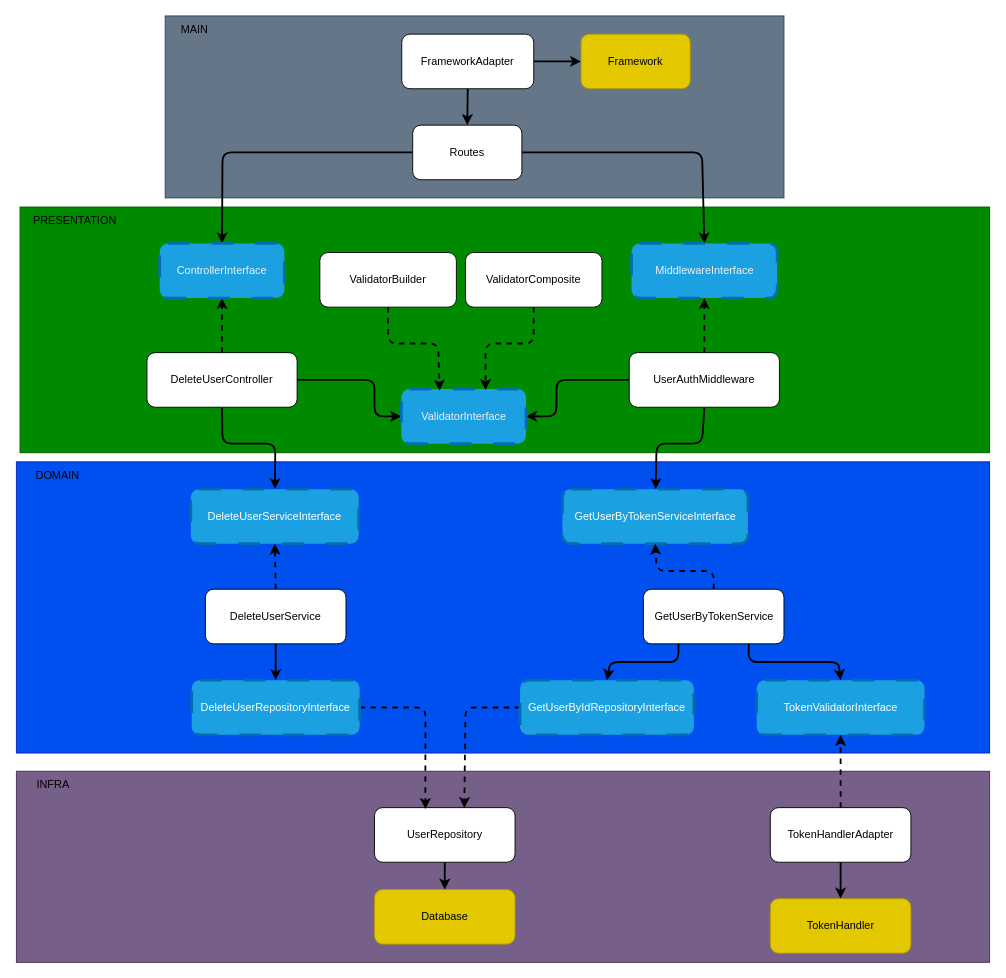
The draw.io diagram diagrams/delete-user.drawio in DouglasVolcato/node-tdd-clean-architecture, before the edit. Source tidied: cells renumbered, new cells numbered last; positions are measured from the earlier drawing's top-left corner, leaving out a move shared by most shapes. Both pictures are drawn from the tidied source at 91%, with x=0, y=0 at pixel (15, 15).
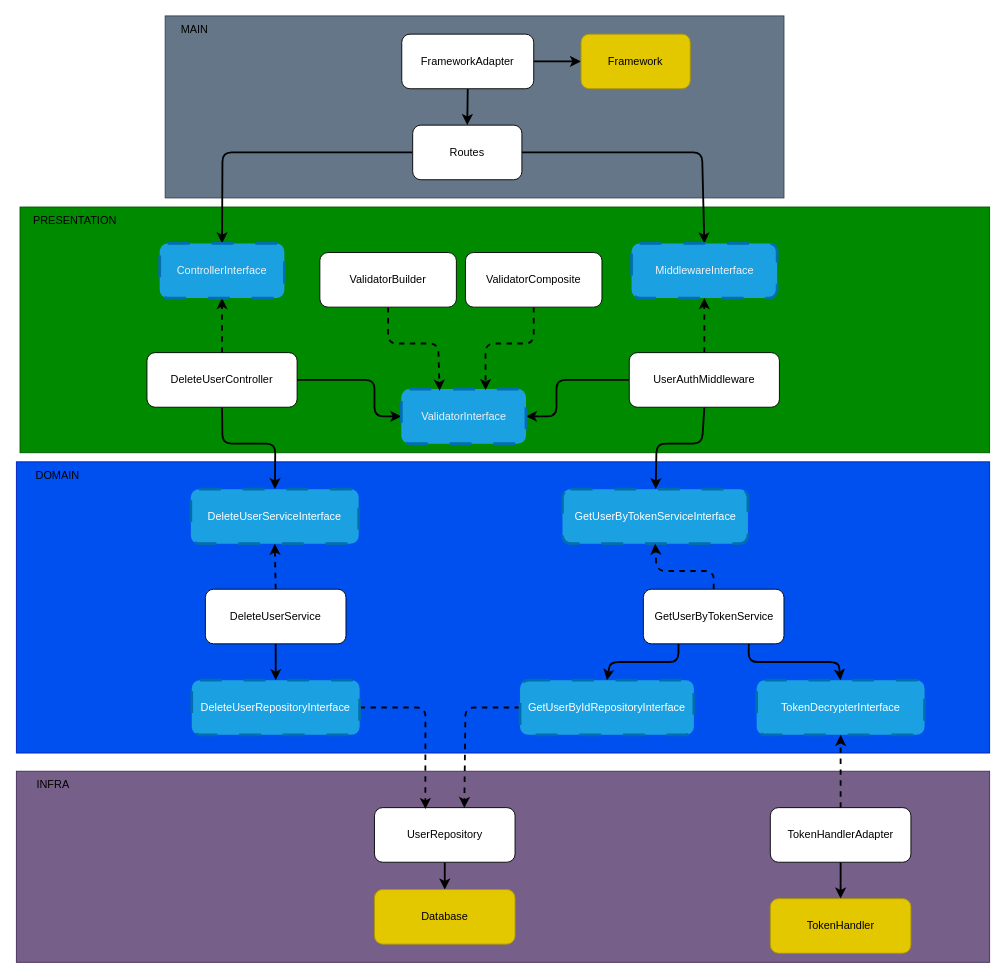
The same diagram, later.

Diff of the diagram source:
```diff
@@
-    <mxCell id="42" value="TokenValidatorInterface" style="rounded=1;whiteSpace=wrap;html=1;dashed=1;dashPattern=8 8;strokeWidth=3;fillColor=#1ba1e2;fontColor=#ffffff;strokeColor=#006EAF;" parent="1" vertex="1">
+    <mxCell id="42" value="TokenDecrypterInterface" style="rounded=1;whiteSpace=wrap;html=1;dashed=1;dashPattern=8 8;strokeWidth=3;fillColor=#1ba1e2;fontColor=#ffffff;strokeColor=#006EAF;" parent="1" vertex="1">
       <mxGeometry x="814" y="730" width="184.5" height="60" as="geometry" />
     </mxCell>
```
